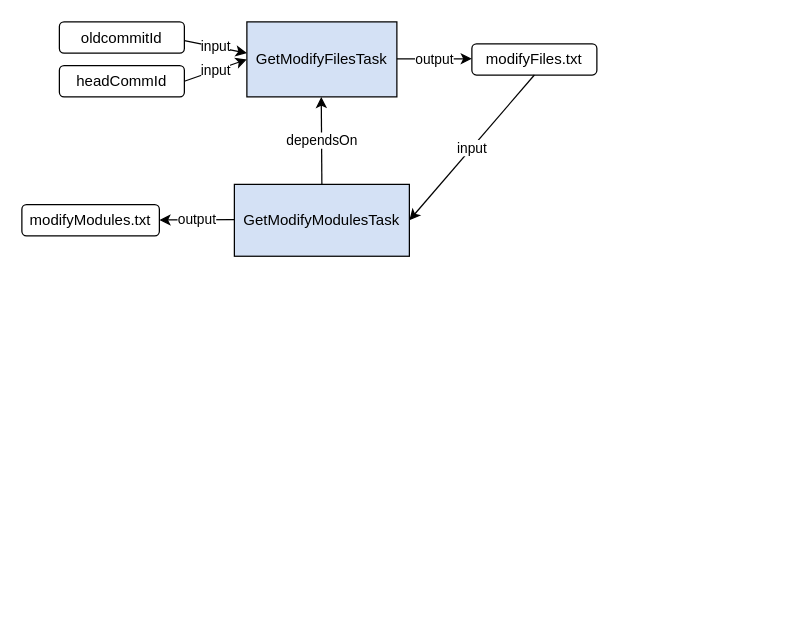
This is page "Page-17" (17 of 24) of T9.drawio from shinecjj/UML, a draw.io file, before an edit. Source tidied: cells renumbered, new cells numbered last; positions are measured from the earlier drawing's top-left corner, leaving out a move shared by most shapes. Both pictures are drawn from the tidied source at 125%, with x=0, y=0 at pixel (21, 21).
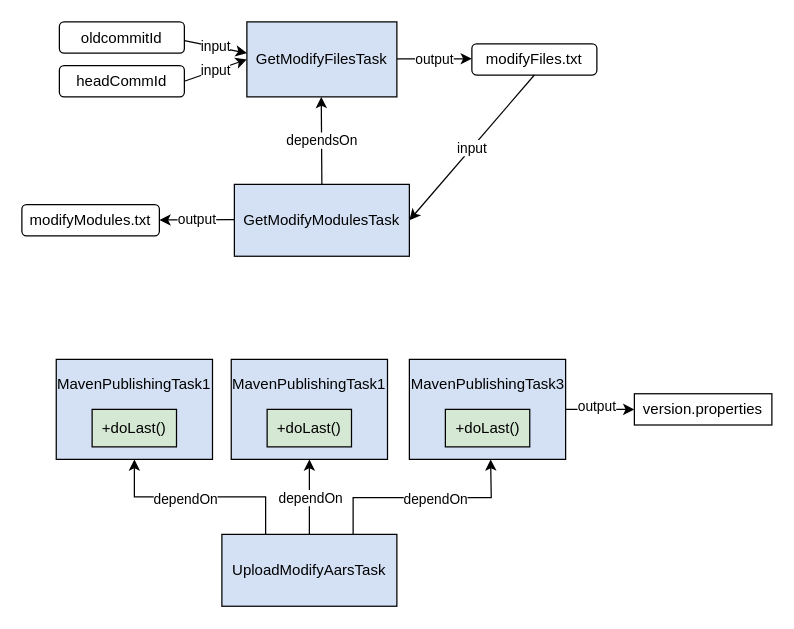
After the change.

Diff of the diagram source:
```diff
@@
+    <mxCell id="14" value="UploadModifyAarsTask" style="rounded=0;whiteSpace=wrap;html=1;strokeColor=#000000;fillColor=#D4E1F5;" parent="1" vertex="1">
+      <mxGeometry x="160" y="410" width="140" height="57.5" as="geometry" />
+    </mxCell>
+    <mxCell id="15" style="edgeStyle=orthogonalEdgeStyle;rounded=0;jettySize=auto;html=1;exitX=0.25;exitY=0;exitDx=0;exitDy=0;" parent="1" edge="1" source="14" target="20">
+      <mxGeometry relative="1" as="geometry" />
+    </mxCell>
+    <mxCell id="16" value="dependOn" style="edgeLabel;html=1;align=center;verticalAlign=middle;" parent="15" vertex="1">
+      <mxGeometry x="-0.1" y="1" relative="1" as="geometry">
+        <mxPoint x="-21" as="offset" />
+      </mxGeometry>
+    </mxCell>
+    <mxCell id="17" value="dependOn" style="edgeStyle=orthogonalEdgeStyle;rounded=0;jettySize=auto;html=1;exitX=0.5;exitY=0;exitDx=0;exitDy=0;" parent="1" edge="1" source="14">
+      <mxGeometry relative="1" as="geometry">
+        <mxPoint x="230" y="350" as="targetPoint" />
+      </mxGeometry>
+    </mxCell>
+    <mxCell id="18" style="edgeStyle=orthogonalEdgeStyle;rounded=0;jettySize=auto;html=1;exitX=0.75;exitY=0;exitDx=0;exitDy=0;" parent="1" edge="1" source="14">
+      <mxGeometry relative="1" as="geometry">
+        <mxPoint x="375" y="350" as="targetPoint" />
+      </mxGeometry>
+    </mxCell>
+    <mxCell id="19" value="dependOn" style="edgeLabel;html=1;align=center;verticalAlign=middle;" parent="18" vertex="1">
+      <mxGeometry x="-0.15" y="-1" relative="1" as="geometry">
+        <mxPoint x="23" as="offset" />
+      </mxGeometry>
+    </mxCell>
+    <mxCell id="20" style="rounded=0;whiteSpace=wrap;html=1;strokeColor=#000000;fillColor=#D4E1F5;" parent="1" vertex="1">
+      <mxGeometry x="27.5" y="270" width="125" height="80" as="geometry" />
+    </mxCell>
+    <mxCell id="21" value="MavenPublishingTask1" style="text;html=1;strokeColor=none;fillColor=none;align=center;verticalAlign=middle;whiteSpace=wrap;rounded=0;" parent="1" vertex="1">
+      <mxGeometry x="20" y="280" width="140" height="20" as="geometry" />
+    </mxCell>
+    <mxCell id="22" style="rounded=0;whiteSpace=wrap;html=1;strokeColor=#000000;fillColor=#D4E1F5;" parent="1" vertex="1">
+      <mxGeometry x="167.5" y="270" width="125" height="80" as="geometry" />
+    </mxCell>
+    <mxCell id="23" value="MavenPublishingTask1" style="text;html=1;strokeColor=none;fillColor=none;align=center;verticalAlign=middle;whiteSpace=wrap;rounded=0;" parent="1" vertex="1">
+      <mxGeometry x="160" y="280" width="140" height="20" as="geometry" />
+    </mxCell>
+    <mxCell id="24" style="edgeStyle=orthogonalEdgeStyle;rounded=0;jettySize=auto;html=1;" parent="1" edge="1" source="26" target="31">
+      <mxGeometry relative="1" as="geometry" />
+    </mxCell>
+    <mxCell id="25" value="output" style="edgeLabel;html=1;align=center;verticalAlign=middle;" parent="24" vertex="1">
+      <mxGeometry x="-0.11" y="3" relative="1" as="geometry" />
+    </mxCell>
+    <mxCell id="26" style="rounded=0;whiteSpace=wrap;html=1;strokeColor=#000000;fillColor=#D4E1F5;" parent="1" vertex="1">
+      <mxGeometry x="310" y="270" width="125" height="80" as="geometry" />
+    </mxCell>
+    <mxCell id="27" value="MavenPublishingTask3" style="text;html=1;strokeColor=none;fillColor=none;align=center;verticalAlign=middle;whiteSpace=wrap;rounded=0;" parent="1" vertex="1">
+      <mxGeometry x="302.5" y="280" width="140" height="20" as="geometry" />
+    </mxCell>
+    <mxCell id="28" value="+doLast()" style="rounded=0;whiteSpace=wrap;html=1;strokeColor=#000000;fillColor=#D5E8D4;" parent="1" vertex="1">
+      <mxGeometry x="56.2" y="310" width="67.5" height="30" as="geometry" />
+    </mxCell>
+    <mxCell id="29" value="+doLast()" style="rounded=0;whiteSpace=wrap;html=1;strokeColor=#000000;fillColor=#D5E8D4;" parent="1" vertex="1">
+      <mxGeometry x="196.2" y="310" width="67.5" height="30" as="geometry" />
+    </mxCell>
+    <mxCell id="30" value="+doLast()" style="rounded=0;whiteSpace=wrap;html=1;strokeColor=#000000;fillColor=#D5E8D4;" parent="1" vertex="1">
+      <mxGeometry x="338.8" y="310" width="67.5" height="30" as="geometry" />
+    </mxCell>
+    <mxCell id="31" value="version.properties" style="rounded=0;whiteSpace=wrap;html=1;strokeColor=#000000;fillColor=none;" parent="1" vertex="1">
+      <mxGeometry x="490" y="297.5" width="110" height="25" as="geometry" />
+    </mxCell>
```
